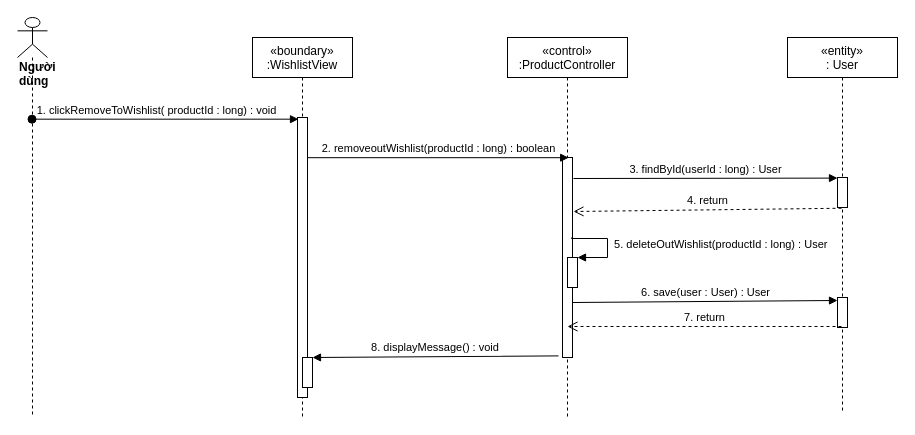
Above: sequence diagram/remove-product-to-wishlist-class-diagram.drawio in nguyenphamvan/datn_20202 (draw.io), before the change. Source tidied: cells renumbered, new cells numbered last; positions are measured from the earlier drawing's top-left corner, leaving out a move shared by most shapes. Both pictures are drawn from the tidied source at 100%, with x=0, y=0 at pixel (17, 17).
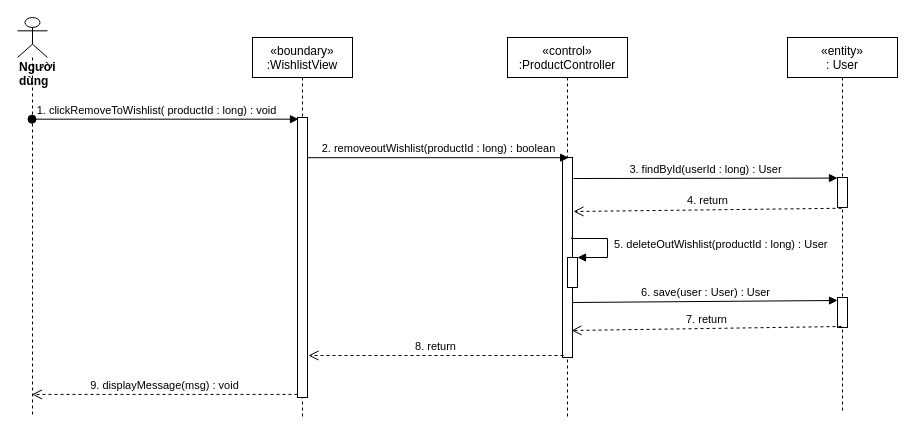
The same page after the edit.

Unchanged cells that the change refers to:
```xml
<mxCell id="2" value="«boundary»&#10;:WishlistView" style="shape=umlLifeline;perimeter=lifelinePerimeter;rounded=0;shadow=0;strokeWidth=1;" parent="1" vertex="1">
  <mxGeometry x="235" y="20" width="100" height="380" as="geometry" />
</mxCell>
<mxCell id="3" style="points=[];perimeter=orthogonalPerimeter;rounded=0;shadow=0;strokeWidth=1;" parent="2" vertex="1">
  <mxGeometry x="45" y="80" width="10" height="280" as="geometry" />
</mxCell>
<mxCell id="6" style="points=[];perimeter=orthogonalPerimeter;rounded=0;shadow=0;strokeWidth=1;" parent="5" vertex="1">
  <mxGeometry x="55" y="120" width="10" height="200" as="geometry" />
</mxCell>
<mxCell id="7" value="&lt;div&gt;&lt;b&gt;Người dùng&lt;/b&gt;&lt;/div&gt;" style="shape=umlLifeline;participant=umlActor;perimeter=lifelinePerimeter;whiteSpace=wrap;html=1;verticalAlign=top;spacingTop=36;outlineConnect=0;align=left;" parent="1" vertex="1">
  <mxGeometry width="30" height="400" as="geometry" />
</mxCell>
<mxCell id="13" style="html=1;points=[];perimeter=orthogonalPerimeter;" parent="11" vertex="1">
  <mxGeometry x="50" y="260" width="10" height="30" as="geometry" />
</mxCell>
```

The edit, as a diff of the source:
```diff
@@
-    <mxCell id="4" style="html=1;points=[];perimeter=orthogonalPerimeter;" parent="2" vertex="1">
-      <mxGeometry x="50" y="320" width="10" height="30" as="geometry" />
-    </mxCell>
@@
-    <mxCell id="10" value="8. displayMessage() : void" style="verticalAlign=bottom;endArrow=block;shadow=0;strokeWidth=1;exitX=-0.4;exitY=0.992;exitDx=0;exitDy=0;exitPerimeter=0;" parent="1" edge="1" source="6" target="4">
-      <mxGeometry relative="1" as="geometry" />
-    </mxCell>
@@
-    <mxCell id="19" value="7. return" style="html=1;verticalAlign=bottom;endArrow=open;dashed=1;endSize=8;exitX=0.4;exitY=0.967;exitDx=0;exitDy=0;exitPerimeter=0;" parent="1" edge="1" source="13">
-      <mxGeometry relative="1" as="geometry">
-        <mxPoint x="550" y="309" as="targetPoint" />
-      </mxGeometry>
+    <mxCell id="19" value="7. return" style="html=1;verticalAlign=bottom;endArrow=open;dashed=1;endSize=8;exitX=0.4;exitY=0.967;exitDx=0;exitDy=0;exitPerimeter=0;entryX=0.9;entryY=0.865;entryDx=0;entryDy=0;entryPerimeter=0;" parent="1" edge="1" source="13" target="6">
+      <mxGeometry relative="1" as="geometry" />
     </mxCell>
+    <mxCell id="20" value="8. return" style="html=1;verticalAlign=bottom;endArrow=open;dashed=1;endSize=8;exitX=0.1;exitY=0.99;exitDx=0;exitDy=0;exitPerimeter=0;entryX=1.1;entryY=0.85;entryDx=0;entryDy=0;entryPerimeter=0;" parent="1" edge="1" source="6" target="3">
+      <mxGeometry relative="1" as="geometry" />
+    </mxCell>
+    <mxCell id="21" value="&lt;span style=&quot;color: rgb(0 , 0 , 0) ; font-family: &amp;#34;helvetica&amp;#34; ; font-size: 11px ; font-style: normal ; font-weight: 400 ; letter-spacing: normal ; text-align: center ; text-indent: 0px ; text-transform: none ; word-spacing: 0px ; background-color: rgb(255 , 255 , 255) ; display: inline ; float: none&quot;&gt;9. displayMessage(msg) : void&lt;/span&gt;" style="html=1;verticalAlign=bottom;endArrow=open;dashed=1;endSize=8;exitX=0;exitY=0.989;exitDx=0;exitDy=0;exitPerimeter=0;" parent="1" edge="1" source="3" target="7">
+      <mxGeometry relative="1" as="geometry" />
+    </mxCell>
```
